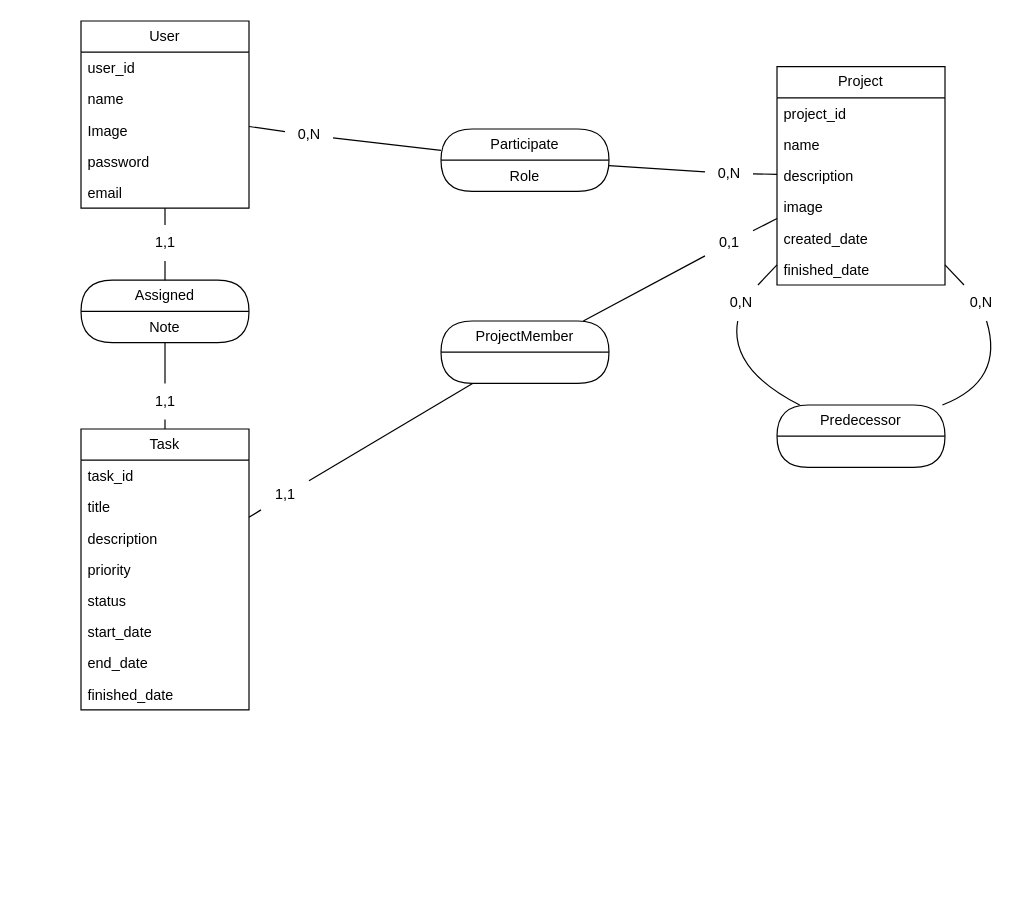
The draw.io diagram Conception/MCD de Mashru3.drawio in haki24gamer/Mashru3, before the edit. Source tidied: cells renumbered, new cells numbered last; positions are measured from the earlier drawing's top-left corner, leaving out a move shared by most shapes. Both pictures are drawn from the tidied source at 120%, with x=0, y=0 at pixel (80, 20).
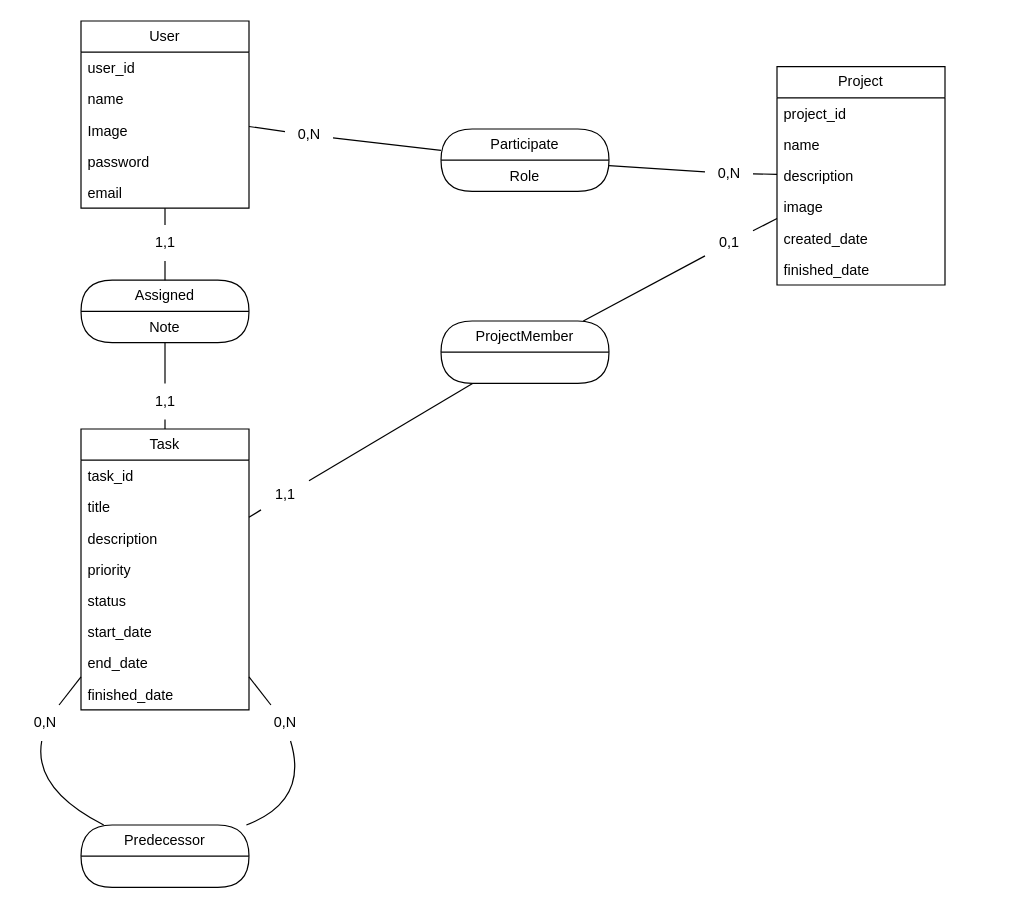
The same page after the edit.

Unchanged cells that the change refers to:
```xml
<mxCell id="8" value="Task" style="swimlane;fontStyle=0;horizontal=1;startSize=26;fillColor=none;whiteSpace=wrap;html=1;" parent="1" vertex="1">
  <mxGeometry y="340" width="140" height="234" as="geometry" />
</mxCell>
<mxCell id="17" value="Project" style="swimlane;fontStyle=0;horizontal=1;startSize=26;fillColor=none;whiteSpace=wrap;html=1;" parent="1" vertex="1">
  <mxGeometry x="580" y="38" width="140" height="182" as="geometry" />
</mxCell>
```

Diff of the diagram source:
```diff
@@
     <mxCell id="29" value="Predecessor" style="swimlane;fontStyle=0;horizontal=1;startSize=26;fillColor=none;whiteSpace=wrap;html=1;rounded=1;arcSize=39;" parent="1" vertex="1">
-      <mxGeometry x="580" y="320" width="140" height="52" as="geometry" />
+      <mxGeometry y="670" width="140" height="52" as="geometry" />
     </mxCell>
@@
-    <mxCell id="36" style="rounded=0;jettySize=auto;html=1;endArrow=none;startFill=0;curved=1;" parent="1" edge="1" source="49" target="17">
+    <mxCell id="36" style="rounded=0;jettySize=auto;html=1;endArrow=none;startFill=0;curved=1;" parent="1" edge="1" source="49" target="8">
       <mxGeometry relative="1" as="geometry" />
     </mxCell>
-    <mxCell id="37" style="rounded=0;jettySize=auto;html=1;endArrow=none;startFill=0;curved=1;" parent="1" edge="1" source="50" target="17">
+    <mxCell id="37" style="rounded=0;jettySize=auto;html=1;endArrow=none;startFill=0;curved=1;" parent="1" edge="1" source="50" target="8">
       <mxGeometry relative="1" as="geometry" />
     </mxCell>
@@
     <mxCell id="48" style="rounded=0;jettySize=auto;html=1;endArrow=none;startFill=0;curved=1;" parent="1" edge="1" source="29" target="49">
       <mxGeometry relative="1" as="geometry">
         <Array as="points">
-          <mxPoint x="540" y="290" />
+          <mxPoint x="-40" y="640" />
         </Array>
       </mxGeometry>
     </mxCell>
     <mxCell id="49" value="0,N" style="text;html=1;align=center;verticalAlign=middle;points=[];strokeColor=none;fillColor=none;" parent="1" vertex="1">
-      <mxGeometry x="530" y="220" width="40" height="30" as="geometry" />
+      <mxGeometry x="-50" y="570" width="40" height="30" as="geometry" />
     </mxCell>
     <mxCell id="50" value="0,N" style="text;html=1;align=center;verticalAlign=middle;points=[];strokeColor=none;fillColor=none;" parent="1" vertex="1">
-      <mxGeometry x="730" y="220" width="40" height="30" as="geometry" />
+      <mxGeometry x="150" y="570" width="40" height="30" as="geometry" />
     </mxCell>
     <mxCell id="51" style="rounded=0;jettySize=auto;html=1;endArrow=none;startFill=0;curved=1;" parent="1" edge="1" source="29" target="50">
       <mxGeometry relative="1" as="geometry">
         <Array as="points">
-          <mxPoint x="770" y="300" />
+          <mxPoint x="190" y="650" />
         </Array>
       </mxGeometry>
     </mxCell>
```
